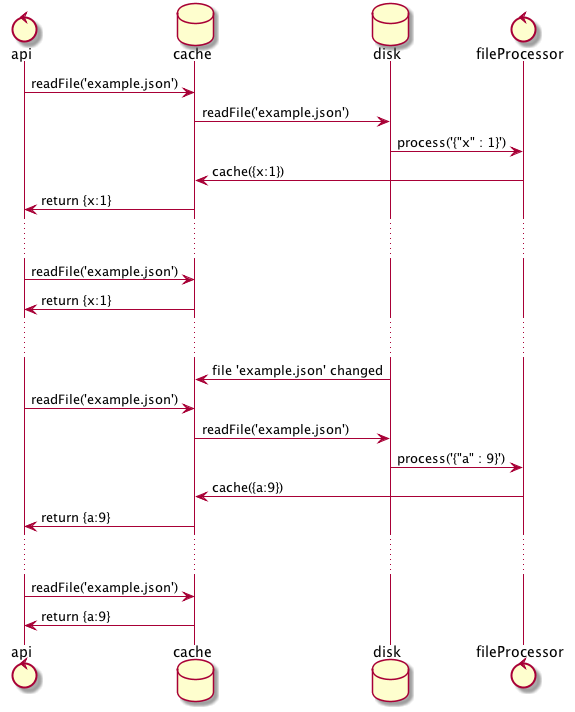
Earlier version of the PlantUML export flow.png (jantimon/hot-file-cache). Its source is kept beside it as flow.puml.
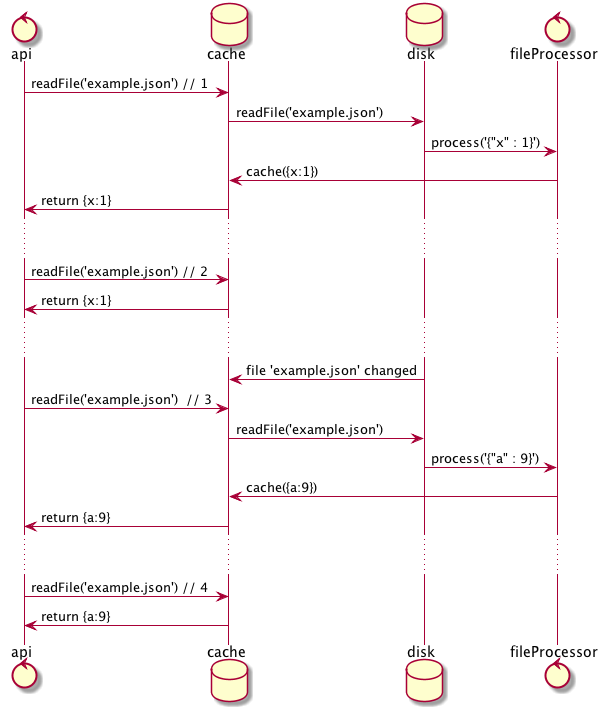
Above is the later version.

Diff of the diagram source:
```diff
@@ -5,23 +5,23 @@
 database disk
 control fileProcessor
 
-api -> cache : readFile('example.json')
+api -> cache : readFile('example.json') // 1
 cache -> disk : readFile('example.json')
 disk -> fileProcessor : process('{"x" : 1}')
 fileProcessor -> cache : cache({x:1})
 cache -> api: return {x:1}
 ... ...
-api -> cache : readFile('example.json')
+api -> cache : readFile('example.json') // 2
 cache -> api: return {x:1}
 ... ...
 disk -> cache : file 'example.json' changed
-api -> cache : readFile('example.json')
+api -> cache : readFile('example.json')  // 3
 cache -> disk : readFile('example.json')
 disk -> fileProcessor : process('{"a" : 9}')
 fileProcessor -> cache : cache({a:9})
 cache -> api: return {a:9}
 ... ...
-api -> cache : readFile('example.json')
+api -> cache : readFile('example.json') // 4
 cache -> api: return {a:9}
 
 @enduml
```
